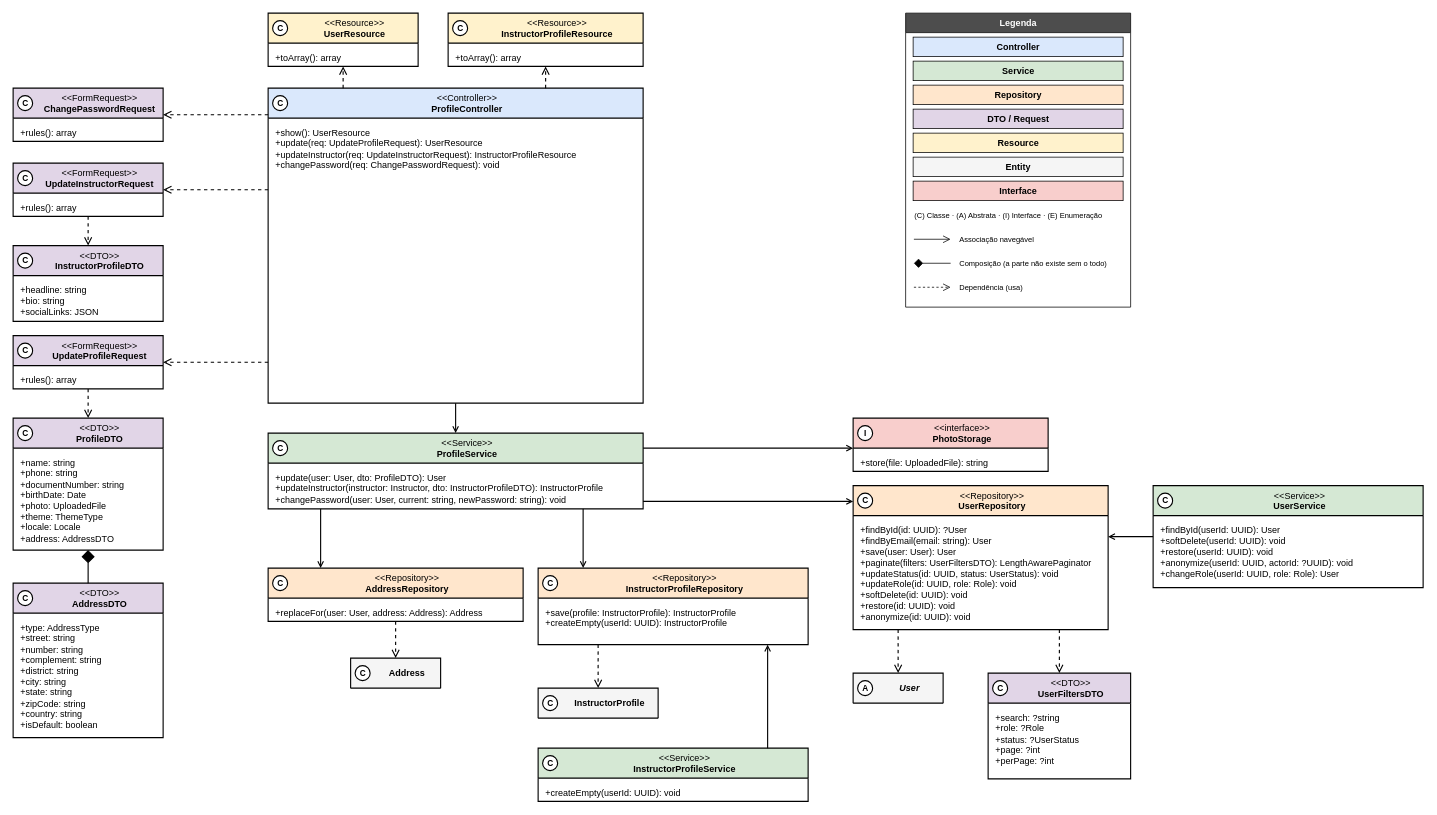
Before: especificacao/diagramas/13-classes-area-a-implementacao-perfil.drawio in Plataforma-de-Cursos-TCC/plataforma-cursos-docs, a draw.io diagram. Source tidied: cells renumbered, new cells numbered last; positions are measured from the earlier drawing's top-left corner, leaving out a move shared by most shapes. Both pictures are drawn from the tidied source at 75%, with x=0, y=0 at pixel (13, 13).
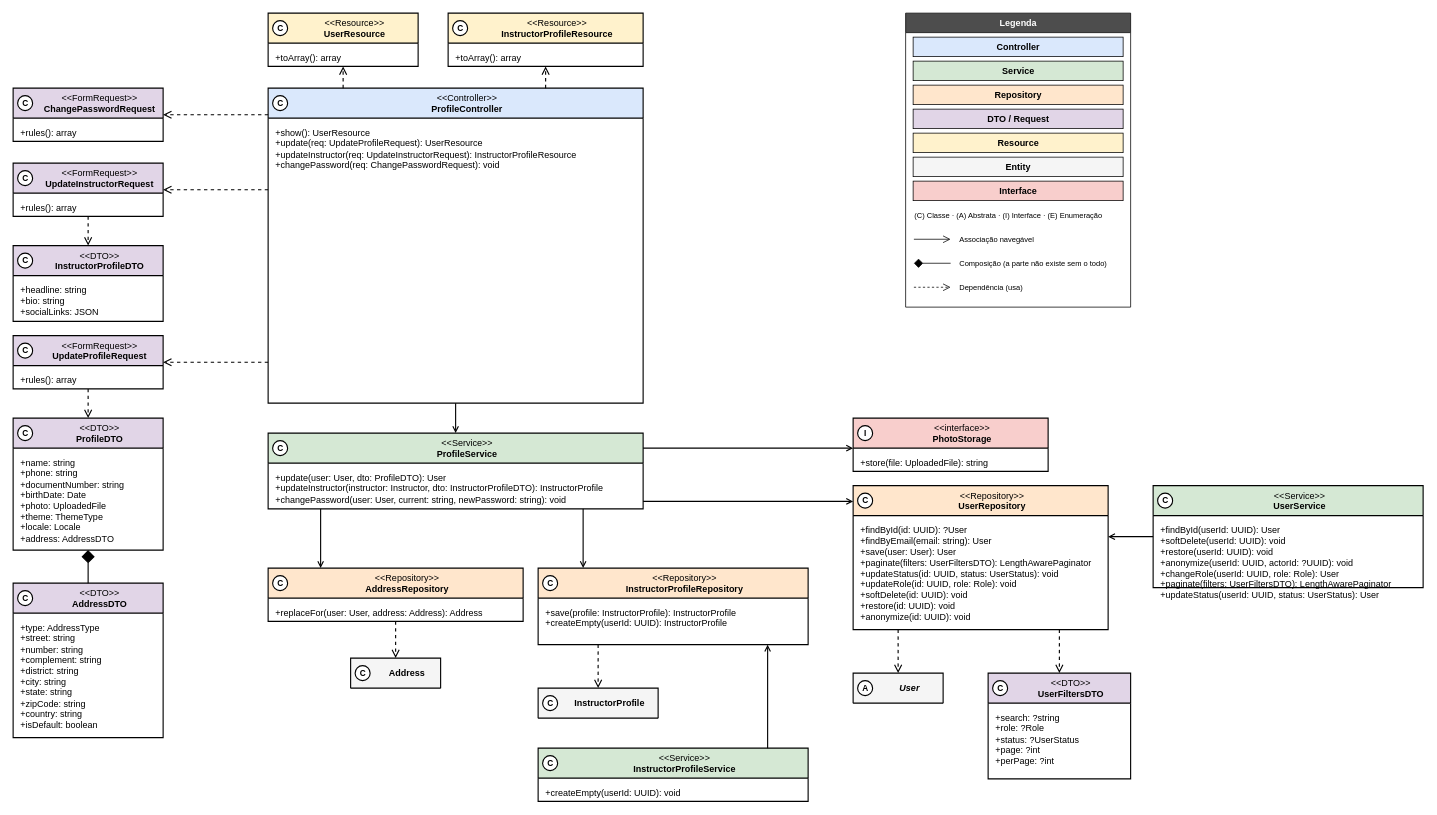
The same page after the edit.

Commit message (it also covers changes not shown here):
fix(area-a): add paginate and updateStatus to the public UserService

The Admin module lists and blocks users through UserService, so the Area A
diagram and text must expose those methods or the ADR-0018 boundary has no
public contract to call.

Unchanged cells that the change refers to:
```xml
<mxCell id="35" value="&amp;lt;&amp;lt;Service&amp;gt;&amp;gt;&lt;br&gt;&lt;b&gt;UserService&lt;/b&gt;" style="swimlane;html=1;fontStyle=0;align=center;verticalAlign=top;startSize=40;fillColor=#D5E8D4;swimlaneFillColor=#FFFFFF;strokeColor=#000000;strokeWidth=1.5;fontFamily=Helvetica;fontSize=12;fontColor=#000000;rounded=0;spacingLeft=30;" parent="1" vertex="1">
  <mxGeometry x="1520" y="630" width="360" height="136" as="geometry" />
</mxCell>
```

Change to the diagram source:
```diff
@@
-    <mxCell id="36" value="+findById(userId: UUID): User&lt;br&gt;+softDelete(userId: UUID): void&lt;br&gt;+restore(userId: UUID): void&lt;br&gt;+anonymize(userId: UUID, actorId: ?UUID): void&lt;br&gt;+changeRole(userId: UUID, role: Role): User" style="text;html=1;align=left;verticalAlign=top;spacingLeft=8;spacingRight=8;spacingTop=6;fontSize=12;fontFamily=Helvetica;fontColor=#000000;strokeColor=none;fillColor=none;whiteSpace=wrap;" parent="35" vertex="1">
+    <mxCell id="36" value="+findById(userId: UUID): User&lt;br&gt;+softDelete(userId: UUID): void&lt;br&gt;+restore(userId: UUID): void&lt;br&gt;+anonymize(userId: UUID, actorId: ?UUID): void&lt;br&gt;+changeRole(userId: UUID, role: Role): User&lt;br&gt;+paginate(filters: UserFiltersDTO): LengthAwarePaginator&lt;br&gt;+updateStatus(userId: UUID, status: UserStatus): User" style="text;html=1;align=left;verticalAlign=top;spacingLeft=8;spacingRight=8;spacingTop=6;fontSize=12;fontFamily=Helvetica;fontColor=#000000;strokeColor=none;fillColor=none;whiteSpace=wrap;" parent="35" vertex="1">
       <mxGeometry y="40" width="360" height="96" as="geometry" />
     </mxCell>
```
